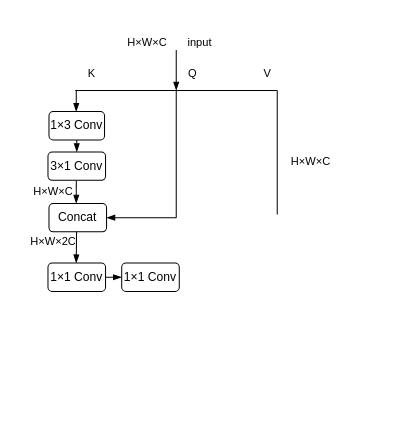
Before: c-cot_layer.drawio in recluse99/tcp_ip, a draw.io diagram. Source tidied: cells renumbered, new cells numbered last; positions are measured from the earlier drawing's top-left corner, leaving out a move shared by most shapes. Both pictures are drawn from the tidied source at 101%, with x=0, y=0 at pixel (17, 17).
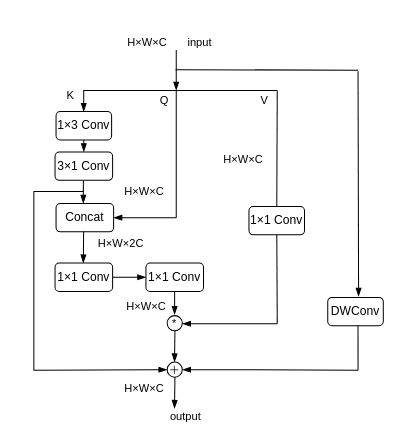
After the change.

Unchanged cells that the change refers to:
```xml
<mxCell id="16" value="&lt;p style=&quot;line-height: 100%;&quot;&gt;&lt;font style=&quot;font-size: 11px;&quot;&gt;H×W×C&lt;/font&gt;&lt;/p&gt;" style="text;html=1;align=center;verticalAlign=middle;points=[];strokeColor=none;fillColor=none;fontSize=11;fontFamily=Helvetica;fontColor=default;" parent="1" vertex="1">
  <mxGeometry x="95" width="65" height="50" as="geometry" />
</mxCell>
```

Diff of the diagram source:
```diff
@@
     <mxCell id="2" value="1×3 Conv" style="rounded=1;whiteSpace=wrap;html=1;" parent="1" vertex="1">
-      <mxGeometry x="31" y="93" width="55" height="28" as="geometry" />
+      <mxGeometry x="38" y="93" width="55" height="28" as="geometry" />
     </mxCell>
@@
     <mxCell id="4" style="endArrow=none;html=1;rounded=0;" parent="1" edge="1">
       <mxGeometry relative="1" as="geometry">
-        <mxPoint x="57" y="72" as="sourcePoint" />
+        <mxPoint x="65" y="72" as="sourcePoint" />
         <mxPoint x="257" y="72" as="targetPoint" />
       </mxGeometry>
     </mxCell>
     <mxCell id="5" style="endArrow=blockThin;html=1;rounded=0;endFill=1;" parent="1" edge="1">
       <mxGeometry relative="1" as="geometry">
-        <mxPoint x="58" y="72" as="sourcePoint" />
-        <mxPoint x="58" y="93" as="targetPoint" />
+        <mxPoint x="65.4" y="72" as="sourcePoint" />
+        <mxPoint x="65.4" y="93" as="targetPoint" />
       </mxGeometry>
     </mxCell>
     <mxCell id="6" style="endArrow=blockThin;html=1;rounded=0;endFill=1;" parent="1" edge="1">
       <mxGeometry relative="1" as="geometry">
-        <mxPoint x="58.5" y="121" as="sourcePoint" />
-        <mxPoint x="58.5" y="133" as="targetPoint" />
+        <mxPoint x="65.5" y="121" as="sourcePoint" />
+        <mxPoint x="65.5" y="133" as="targetPoint" />
       </mxGeometry>
     </mxCell>
     <mxCell id="7" value="3×1 Conv" style="rounded=1;whiteSpace=wrap;html=1;" parent="1" vertex="1">
-      <mxGeometry x="30" y="133" width="57" height="28" as="geometry" />
+      <mxGeometry x="37" y="133" width="57" height="28" as="geometry" />
     </mxCell>
     <mxCell id="8" value="Concat" style="rounded=1;whiteSpace=wrap;html=1;" parent="1" vertex="1">
-      <mxGeometry x="31" y="184" width="57" height="28" as="geometry" />
+      <mxGeometry x="38" y="184" width="57" height="28" as="geometry" />
     </mxCell>
     <mxCell id="9" style="endArrow=blockThin;html=1;rounded=0;endFill=1;exitX=0.492;exitY=1.015;exitDx=0;exitDy=0;exitPerimeter=0;" parent="1" edge="1" source="7">
       <mxGeometry relative="1" as="geometry">
-        <mxPoint x="58" y="184" as="targetPoint" />
+        <mxPoint x="65" y="184" as="targetPoint" />
       </mxGeometry>
     </mxCell>
@@
     <mxCell id="12" value="K" style="text;html=1;align=center;verticalAlign=middle;strokeColor=none;fillColor=none;fontSize=11;fontFamily=Helvetica;fontColor=default;" parent="1" vertex="1">
-      <mxGeometry x="58" y="40" width="30" height="30" as="geometry" />
+      <mxGeometry x="37" y="62" width="30" height="30" as="geometry" />
     </mxCell>
     <mxCell id="13" value="Q" style="text;html=1;align=center;verticalAlign=middle;strokeColor=none;fillColor=none;fontSize=11;fontFamily=Helvetica;fontColor=default;" parent="1" vertex="1">
-      <mxGeometry x="158" y="40" width="30" height="30" as="geometry" />
+      <mxGeometry x="130" y="67" width="30" height="30" as="geometry" />
     </mxCell>
     <mxCell id="14" value="V" style="text;html=1;align=center;verticalAlign=middle;strokeColor=none;fillColor=none;fontSize=11;fontFamily=Helvetica;fontColor=default;" parent="1" vertex="1">
-      <mxGeometry x="232" y="40" width="30" height="30" as="geometry" />
+      <mxGeometry x="229" y="67" width="30" height="30" as="geometry" />
     </mxCell>
@@
     <mxCell id="17" value="H×W×C" style="text;html=1;align=center;verticalAlign=middle;strokeColor=none;fillColor=none;fontSize=11;fontFamily=Helvetica;fontColor=default;" parent="1" vertex="1">
-      <mxGeometry x="2" y="157" width="65" height="30" as="geometry" />
+      <mxGeometry x="92" y="157" width="65" height="30" as="geometry" />
     </mxCell>
     <mxCell id="18" style="endArrow=blockThin;html=1;rounded=0;endFill=1;exitX=0.492;exitY=1.015;exitDx=0;exitDy=0;exitPerimeter=0;" parent="1" edge="1">
       <mxGeometry relative="1" as="geometry">
-        <mxPoint x="58.3" y="212" as="sourcePoint" />
-        <mxPoint x="58" y="243" as="targetPoint" />
+        <mxPoint x="65.3" y="212" as="sourcePoint" />
+        <mxPoint x="65" y="243" as="targetPoint" />
       </mxGeometry>
     </mxCell>
     <mxCell id="19" value="H×W×2C" style="text;html=1;align=center;verticalAlign=middle;strokeColor=none;fillColor=none;fontSize=11;fontFamily=Helvetica;fontColor=default;" parent="1" vertex="1">
-      <mxGeometry y="207" width="70" height="30" as="geometry" />
+      <mxGeometry x="67" y="209" width="70" height="30" as="geometry" />
     </mxCell>
     <mxCell id="20" value="1×1 Conv" style="rounded=1;whiteSpace=wrap;html=1;" parent="1" vertex="1">
-      <mxGeometry x="30" y="243" width="57" height="28" as="geometry" />
+      <mxGeometry x="37" y="243" width="57" height="28" as="geometry" />
     </mxCell>
     <mxCell id="21" value="1×1 Conv" style="rounded=1;whiteSpace=wrap;html=1;" parent="1" vertex="1">
-      <mxGeometry x="103" y="243" width="57" height="28" as="geometry" />
+      <mxGeometry x="127" y="243" width="57" height="28" as="geometry" />
     </mxCell>
-    <mxCell id="22" style="endArrow=blockThin;html=1;rounded=0;endFill=1;entryX=0;entryY=0.5;entryDx=0;entryDy=0;" parent="1" edge="1" target="21">
-      <mxGeometry relative="1" as="geometry">
-        <mxPoint x="87" y="256.9" as="sourcePoint" />
-      </mxGeometry>
+    <mxCell id="22" style="endArrow=blockThin;html=1;rounded=0;endFill=1;entryX=0;entryY=0.5;entryDx=0;entryDy=0;exitX=1;exitY=0.5;exitDx=0;exitDy=0;" parent="1" edge="1" source="20" target="21">
+      <mxGeometry relative="1" as="geometry" />
     </mxCell>
-    <mxCell id="23" style="endArrow=none;html=1;rounded=0;labelBackgroundColor=default;strokeColor=default;fontFamily=Helvetica;fontSize=11;fontColor=default;shape=connector;" parent="1" edge="1">
+    <mxCell id="23" style="endArrow=none;html=1;rounded=0;labelBackgroundColor=default;strokeColor=default;fontFamily=Helvetica;fontSize=11;fontColor=default;shape=connector;" parent="1" edge="1" source="35">
       <mxGeometry relative="1" as="geometry">
-        <mxPoint x="257" y="195" as="sourcePoint" />
         <mxPoint x="257" y="72" as="targetPoint" />
       </mxGeometry>
     </mxCell>
     <mxCell id="24" value="H×W×C" style="text;html=1;align=center;verticalAlign=middle;strokeColor=none;fillColor=none;fontSize=11;fontFamily=Helvetica;fontColor=default;" parent="1" vertex="1">
-      <mxGeometry x="257" y="127" width="65" height="30" as="geometry" />
+      <mxGeometry x="190" y="125" width="65" height="30" as="geometry" />
     </mxCell>
+    <mxCell id="25" style="endArrow=blockThin;html=1;rounded=0;endFill=1;exitX=0.492;exitY=1.015;exitDx=0;exitDy=0;exitPerimeter=0;" parent="1" edge="1">
+      <mxGeometry relative="1" as="geometry">
+        <mxPoint x="155.4" y="271" as="sourcePoint" />
+        <mxPoint x="155.4" y="294" as="targetPoint" />
+      </mxGeometry>
+    </mxCell>
+    <mxCell id="26" value="*" style="ellipse;whiteSpace=wrap;html=1;fontFamily=Helvetica;fontSize=11;fontColor=default;" parent="1" vertex="1">
+      <mxGeometry x="148" y="295" width="15" height="15" as="geometry" />
+    </mxCell>
+    <mxCell id="27" style="endArrow=blockThin;html=1;rounded=0;endFill=1;entryX=1.122;entryY=0.485;entryDx=0;entryDy=0;entryPerimeter=0;" parent="1" edge="1">
+      <mxGeometry relative="1" as="geometry">
+        <mxPoint x="257" y="303" as="sourcePoint" />
+        <mxPoint x="163" y="303" as="targetPoint" />
+      </mxGeometry>
+    </mxCell>
+    <mxCell id="28" value="＋" style="ellipse;whiteSpace=wrap;html=1;fontFamily=Helvetica;fontSize=11;fontColor=default;" parent="1" vertex="1">
+      <mxGeometry x="148" y="341" width="15" height="15" as="geometry" />
+    </mxCell>
+    <mxCell id="29" style="endArrow=blockThin;html=1;rounded=0;endFill=1;exitX=0.492;exitY=1.015;exitDx=0;exitDy=0;exitPerimeter=0;" parent="1" edge="1">
+      <mxGeometry relative="1" as="geometry">
+        <mxPoint x="155.7" y="310" as="sourcePoint" />
+        <mxPoint x="155.3" y="341" as="targetPoint" />
+      </mxGeometry>
+    </mxCell>
+    <mxCell id="30" style="endArrow=none;html=1;rounded=0;labelBackgroundColor=default;strokeColor=default;fontFamily=Helvetica;fontSize=11;fontColor=default;shape=connector;" parent="1" edge="1">
+      <mxGeometry relative="1" as="geometry">
+        <mxPoint x="16" y="172" as="sourcePoint" />
+        <mxPoint x="65" y="172" as="targetPoint" />
+      </mxGeometry>
+    </mxCell>
+    <mxCell id="31" style="endArrow=none;html=1;rounded=0;labelBackgroundColor=default;strokeColor=default;fontFamily=Helvetica;fontSize=11;fontColor=default;shape=connector;" parent="1" edge="1">
+      <mxGeometry relative="1" as="geometry">
+        <mxPoint x="16" y="172" as="sourcePoint" />
+        <mxPoint x="65" y="172" as="targetPoint" />
+      </mxGeometry>
+    </mxCell>
+    <mxCell id="32" style="endArrow=none;html=1;rounded=0;labelBackgroundColor=default;strokeColor=default;fontFamily=Helvetica;fontSize=11;fontColor=default;shape=connector;" parent="1" edge="1">
+      <mxGeometry relative="1" as="geometry">
+        <mxPoint x="16" y="349" as="sourcePoint" />
+        <mxPoint x="16" y="172" as="targetPoint" />
+        <Array as="points">
+          <mxPoint x="16" y="203" />
+        </Array>
+      </mxGeometry>
+    </mxCell>
+    <mxCell id="33" style="endArrow=blockThin;html=1;rounded=0;endFill=1;entryX=0;entryY=0.5;entryDx=0;entryDy=0;" parent="1" edge="1" target="28">
+      <mxGeometry relative="1" as="geometry">
+        <mxPoint x="16" y="349" as="sourcePoint" />
+      </mxGeometry>
+    </mxCell>
+    <mxCell id="34" style="endArrow=none;html=1;rounded=0;labelBackgroundColor=default;strokeColor=default;fontFamily=Helvetica;fontSize=11;fontColor=default;shape=connector;" parent="1" edge="1" target="35">
+      <mxGeometry relative="1" as="geometry">
+        <mxPoint x="257" y="303" as="sourcePoint" />
+      </mxGeometry>
+    </mxCell>
+    <mxCell id="35" value="1×1 Conv" style="rounded=1;whiteSpace=wrap;html=1;" parent="1" vertex="1">
+      <mxGeometry x="229" y="187" width="55" height="28" as="geometry" />
+    </mxCell>
+    <mxCell id="36" style="endArrow=none;html=1;rounded=0;labelBackgroundColor=default;strokeColor=default;fontFamily=Helvetica;fontSize=11;fontColor=default;shape=connector;exitX=0.942;exitY=1.029;exitDx=0;exitDy=0;exitPerimeter=0;" parent="1" edge="1" source="16">
+      <mxGeometry relative="1" as="geometry">
+        <mxPoint x="337" y="52" as="targetPoint" />
+      </mxGeometry>
+    </mxCell>
+    <mxCell id="37" value="DWConv" style="rounded=1;whiteSpace=wrap;html=1;" parent="1" vertex="1">
+      <mxGeometry x="307" y="277" width="55" height="28" as="geometry" />
+    </mxCell>
+    <mxCell id="38" style="endArrow=blockThin;html=1;rounded=0;endFill=1;strokeWidth=1;entryX=0.555;entryY=-0.034;entryDx=0;entryDy=0;entryPerimeter=0;" parent="1" edge="1" target="37">
+      <mxGeometry relative="1" as="geometry">
+        <mxPoint x="337" y="53" as="sourcePoint" />
+      </mxGeometry>
+    </mxCell>
+    <mxCell id="39" style="endArrow=none;html=1;rounded=0;labelBackgroundColor=default;strokeColor=default;fontFamily=Helvetica;fontSize=11;fontColor=default;shape=connector;entryX=0.545;entryY=0.998;entryDx=0;entryDy=0;entryPerimeter=0;" parent="1" edge="1" target="37">
+      <mxGeometry relative="1" as="geometry">
+        <mxPoint x="337" y="349" as="sourcePoint" />
+      </mxGeometry>
+    </mxCell>
+    <mxCell id="40" style="endArrow=blockThin;html=1;rounded=0;endFill=1;entryX=1;entryY=0.5;entryDx=0;entryDy=0;" parent="1" edge="1" target="28">
+      <mxGeometry relative="1" as="geometry">
+        <mxPoint x="337" y="349" as="sourcePoint" />
+      </mxGeometry>
+    </mxCell>
+    <mxCell id="41" style="endArrow=blockThin;html=1;rounded=0;endFill=1;exitX=0.492;exitY=1.015;exitDx=0;exitDy=0;exitPerimeter=0;" parent="1" edge="1">
+      <mxGeometry relative="1" as="geometry">
+        <mxPoint x="155.7" y="356" as="sourcePoint" />
+        <mxPoint x="155.3" y="387" as="targetPoint" />
+      </mxGeometry>
+    </mxCell>
+    <mxCell id="42" value="output" style="text;html=1;align=center;verticalAlign=middle;strokeColor=none;fillColor=none;fontSize=11;fontFamily=Helvetica;fontColor=default;" parent="1" vertex="1">
+      <mxGeometry x="140" y="382" width="51" height="26" as="geometry" />
+    </mxCell>
+    <mxCell id="43" value="H×W×C" style="text;html=1;align=center;verticalAlign=middle;strokeColor=none;fillColor=none;fontSize=11;fontFamily=Helvetica;fontColor=default;" parent="1" vertex="1">
+      <mxGeometry x="94" y="271" width="65" height="30" as="geometry" />
+    </mxCell>
+    <mxCell id="44" value="H×W×C" style="text;html=1;align=center;verticalAlign=middle;strokeColor=none;fillColor=none;fontSize=11;fontFamily=Helvetica;fontColor=default;" parent="1" vertex="1">
+      <mxGeometry x="92" y="352" width="65" height="30" as="geometry" />
+    </mxCell>
```
